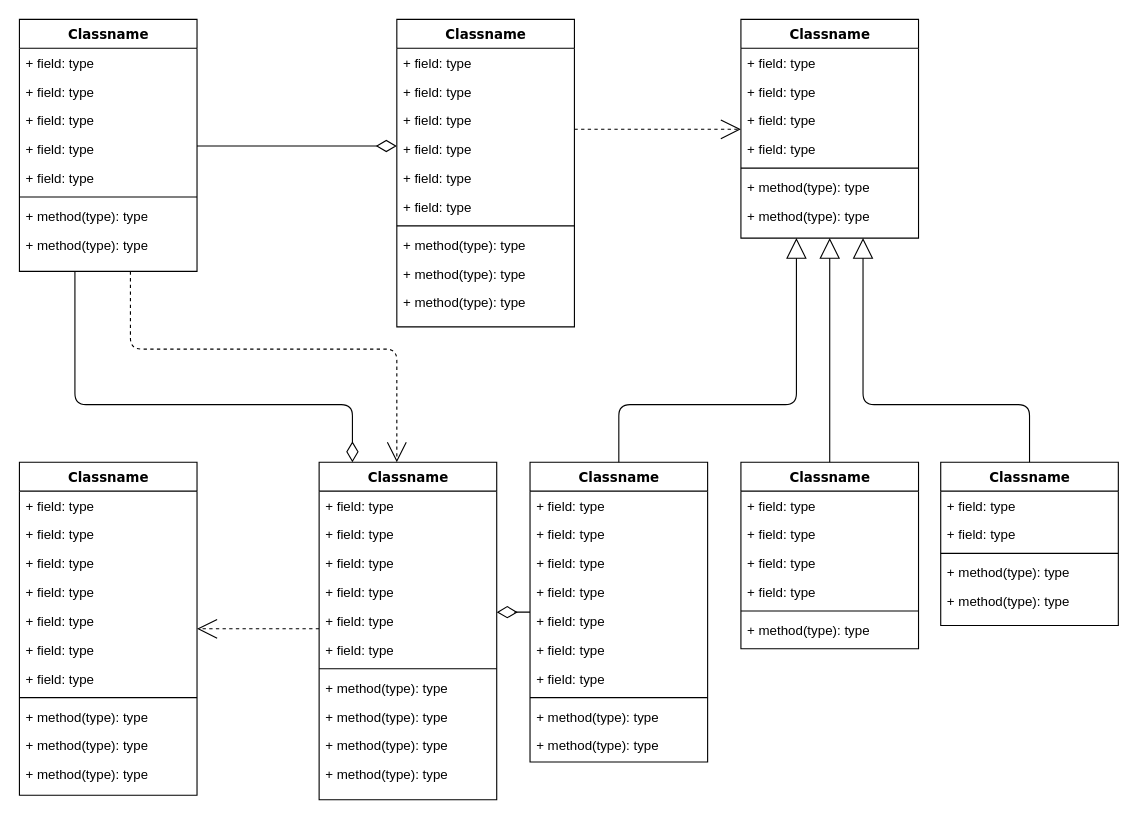
The draw.io diagram Untitled Diagram.drawio in nullemp/algorithm-visualizer, before the edit. Source tidied: cells renumbered, new cells numbered last; positions are measured from the earlier drawing's top-left corner, leaving out a move shared by most shapes. Both pictures are drawn from the tidied source at 111%, with x=0, y=0 at pixel (19, 19).
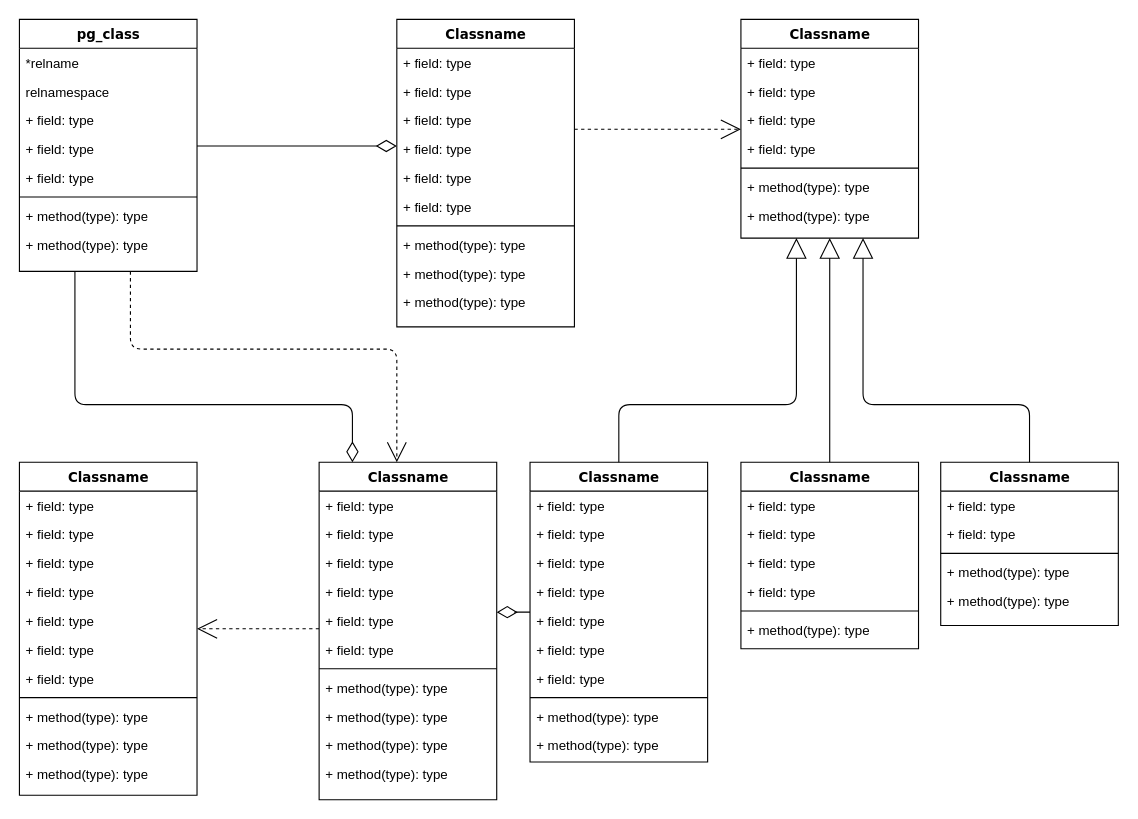
The same page after the edit.

Change to the diagram source:
```diff
@@
-    <mxCell id="4" value="Classname" style="swimlane;html=1;fontStyle=1;align=center;verticalAlign=top;horizontal=1;startSize=26;swimlaneFillColor=#ffffff;rounded=0;shadow=0;comic=0;labelBackgroundColor=none;strokeWidth=1;fillColor=none;fontFamily=Verdana;fontSize=12;" parent="1" vertex="1">
+    <mxCell id="4" value="pg_class&lt;br&gt;" style="swimlane;html=1;fontStyle=1;align=center;verticalAlign=top;horizontal=1;startSize=26;swimlaneFillColor=#ffffff;rounded=0;shadow=0;comic=0;labelBackgroundColor=none;strokeWidth=1;fillColor=none;fontFamily=Verdana;fontSize=12;" parent="1" vertex="1">
       <mxGeometry width="160" height="227" as="geometry" />
     </mxCell>
-    <mxCell id="5" value="+ field: type" style="text;html=1;strokeColor=none;fillColor=none;align=left;verticalAlign=top;spacingLeft=4;spacingRight=4;whiteSpace=wrap;overflow=hidden;" parent="4" vertex="1">
+    <mxCell id="5" value="*relname" style="text;html=1;strokeColor=none;fillColor=none;align=left;verticalAlign=top;spacingLeft=4;spacingRight=4;whiteSpace=wrap;overflow=hidden;" parent="4" vertex="1">
       <mxGeometry y="26" width="160" height="26" as="geometry" />
     </mxCell>
-    <mxCell id="6" value="+ field: type" style="text;html=1;strokeColor=none;fillColor=none;align=left;verticalAlign=top;spacingLeft=4;spacingRight=4;whiteSpace=wrap;overflow=hidden;" parent="4" vertex="1">
+    <mxCell id="6" value="relnamespace" style="text;html=1;strokeColor=none;fillColor=none;align=left;verticalAlign=top;spacingLeft=4;spacingRight=4;whiteSpace=wrap;overflow=hidden;" parent="4" vertex="1">
       <mxGeometry y="52" width="160" height="26" as="geometry" />
     </mxCell>
```
